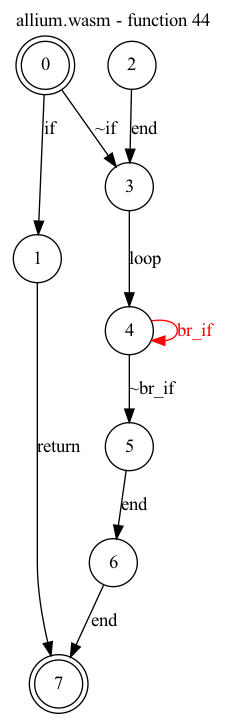
The Graphviz diagram test_cases/allium/funcs/allium-func44.png in jsCarleton/wanalyze, before a commit. Its source is kept beside it as test_cases/allium/funcs/allium-func44.dot.
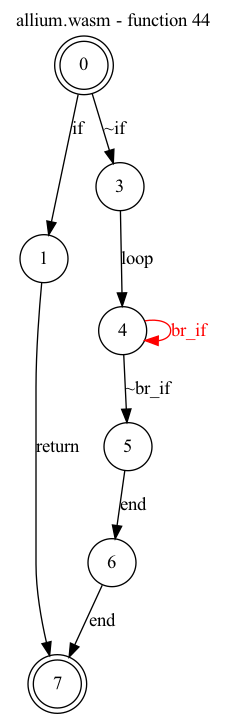
The same file after the commit.

Change to the diagram source:
```diff
@@ -9,7 +9,6 @@
     0 -> 1[label="if"];
     0 -> 3[label="~if"];
     1 -> 7[label="return"];
-    2 -> 3[label="end"];
     3 -> 4[label="loop"];
     4 -> 5[label="~br_if"];
     4 -> 4[color="red" fontcolor="red" label="br_if"];
```
